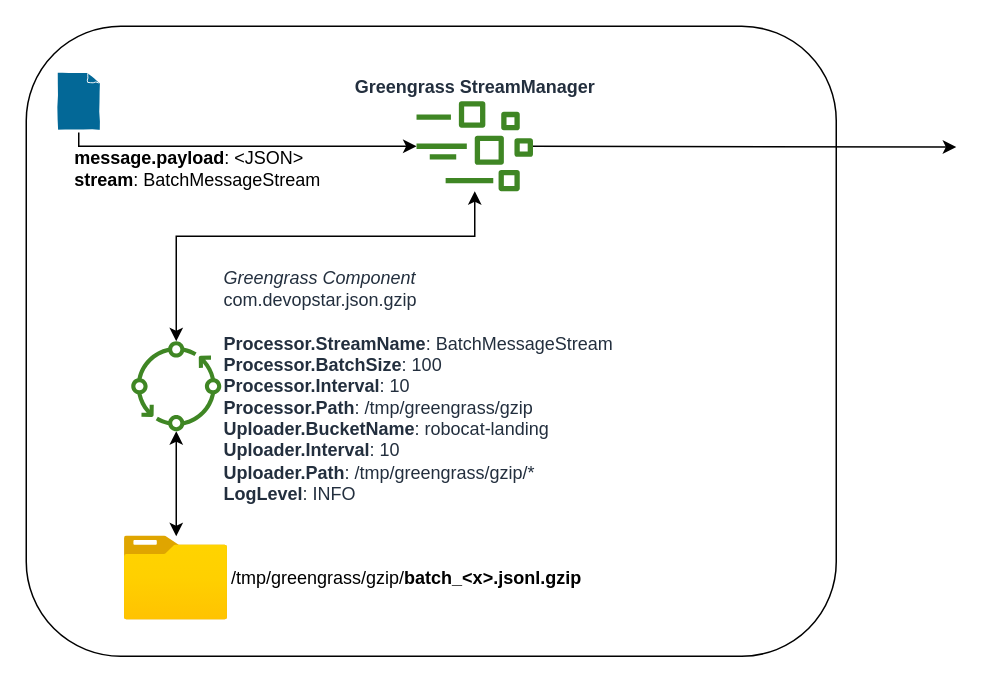
Earlier version of the draw.io diagram page "Edge" (1 of 5) of greengrass-batch-uploader/architecture.drawio (t04glovern/aws-greengrass-bricks). Source tidied: cells renumbered, new cells numbered last; positions are measured from the earlier drawing's top-left corner, leaving out a move shared by most shapes. Both pictures are drawn from the tidied source at 150%, with x=0, y=0 at pixel (26, 26).
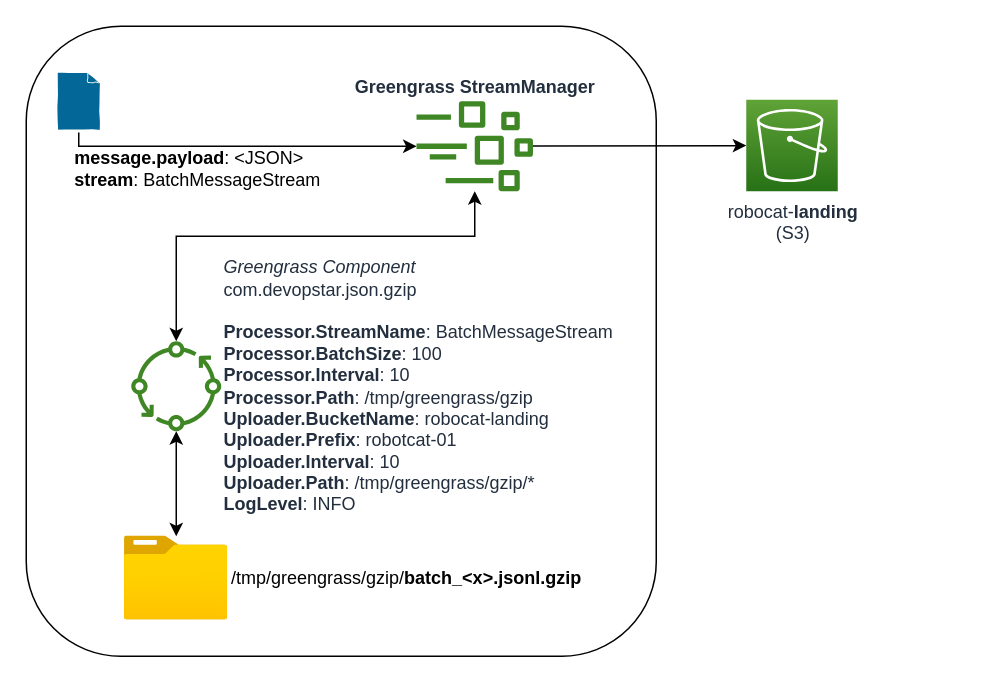
The same page after the edit.

What changed in the source:
```diff
@@
 <mxGraphModel>
   <root>
     <mxCell id="0" />
     <mxCell id="1" parent="0" />
     <mxCell id="2" style="rounded=1;whiteSpace=wrap;html=1;" parent="1" vertex="1">
-      <mxGeometry width="540" height="420" as="geometry" />
+      <mxGeometry width="420" height="420" as="geometry" />
     </mxCell>
     <mxCell id="3" style="edgeStyle=orthogonalEdgeStyle;rounded=0;jettySize=auto;html=1;" parent="1" edge="1" source="11" target="6">
       <mxGeometry relative="1" as="geometry">
         <Array as="points">
           <mxPoint x="35" y="80" />
         </Array>
       </mxGeometry>
     </mxCell>
     <mxCell id="4" style="edgeStyle=orthogonalEdgeStyle;rounded=0;jettySize=auto;html=1;startArrow=classic;startFill=1;" parent="1" edge="1" source="6" target="8">
       <mxGeometry relative="1" as="geometry">
         <Array as="points">
           <mxPoint x="299" y="140" />
           <mxPoint x="100" y="140" />
         </Array>
       </mxGeometry>
     </mxCell>
-    <mxCell id="5" style="edgeStyle=none;html=1;startArrow=none;startFill=0;" parent="1" edge="1" source="6">
-      <mxGeometry relative="1" as="geometry">
-        <mxPoint x="620" y="80.5" as="targetPoint" />
-      </mxGeometry>
+    <mxCell id="5" style="edgeStyle=none;html=1;startArrow=none;startFill=0;" parent="1" edge="1" source="6" target="12">
+      <mxGeometry relative="1" as="geometry" />
     </mxCell>
     <mxCell id="6" value="&lt;b&gt;Greengrass StreamManager&lt;/b&gt;" style="sketch=0;outlineConnect=0;fontColor=#232F3E;gradientColor=none;fillColor=#3F8624;strokeColor=none;dashed=0;verticalLabelPosition=top;verticalAlign=bottom;align=center;html=1;fontSize=12;fontStyle=0;shape=mxgraph.aws4.iot_greengrass_stream_manager;labelPosition=center;" parent="1" vertex="1">
       <mxGeometry x="260" y="50" width="78" height="60" as="geometry" />
     </mxCell>
     <mxCell id="7" style="edgeStyle=orthogonalEdgeStyle;rounded=0;jettySize=auto;html=1;startArrow=classic;startFill=1;" parent="1" edge="1" source="8" target="10">
       <mxGeometry relative="1" as="geometry" />
     </mxCell>
-    <mxCell id="8" value="&lt;div style=&quot;&quot;&gt;&lt;span style=&quot;background-color: initial;&quot;&gt;&lt;i&gt;Greengrass Component&lt;/i&gt;&lt;/span&gt;&lt;/div&gt;&lt;div style=&quot;&quot;&gt;&lt;span style=&quot;background-color: initial;&quot;&gt;com.devopstar.json.gzip&lt;/span&gt;&lt;/div&gt;&lt;div style=&quot;&quot;&gt;&lt;span style=&quot;background-color: initial;&quot;&gt;&lt;br&gt;&lt;/span&gt;&lt;/div&gt;&lt;div style=&quot;&quot;&gt;&lt;span style=&quot;background-color: initial;&quot;&gt;&lt;b&gt;Processor.StreamName&lt;/b&gt;: BatchMessageStream&lt;/span&gt;&lt;/div&gt;&lt;div style=&quot;&quot;&gt;&lt;b&gt;Processor.BatchSize&lt;/b&gt;&lt;span style=&quot;background-color: initial;&quot;&gt;: 100&lt;/span&gt;&lt;/div&gt;&lt;div style=&quot;&quot;&gt;&lt;span style=&quot;background-color: initial;&quot;&gt;&lt;b&gt;Processor.Interval&lt;/b&gt;: 10&lt;/span&gt;&lt;/div&gt;&lt;div style=&quot;&quot;&gt;&lt;span style=&quot;background-color: initial;&quot;&gt;&lt;b&gt;Processor.Path&lt;/b&gt;: /tmp/greengrass/gzip&lt;/span&gt;&lt;/div&gt;&lt;div style=&quot;&quot;&gt;&lt;span style=&quot;background-color: initial;&quot;&gt;&lt;b&gt;Uploader.BucketName&lt;/b&gt;: robocat-landing&lt;/span&gt;&lt;/div&gt;&lt;div style=&quot;&quot;&gt;&lt;span style=&quot;background-color: initial;&quot;&gt;&lt;b&gt;Uploader.Interval&lt;/b&gt;: 10&lt;/span&gt;&lt;/div&gt;&lt;div style=&quot;&quot;&gt;&lt;span style=&quot;background-color: initial;&quot;&gt;&lt;b&gt;Uploader.Path&lt;/b&gt;: /tmp/greengrass/gzip/*&lt;/span&gt;&lt;/div&gt;&lt;div style=&quot;&quot;&gt;&lt;span style=&quot;background-color: initial;&quot;&gt;&lt;b&gt;LogLevel&lt;/b&gt;: INFO&lt;/span&gt;&lt;/div&gt;" style="sketch=0;outlineConnect=0;fontColor=#232F3E;gradientColor=none;fillColor=#3F8624;strokeColor=none;dashed=0;verticalLabelPosition=middle;verticalAlign=middle;align=left;html=1;fontSize=12;fontStyle=0;shape=mxgraph.aws4.iot_greengrass_component;labelPosition=right;spacingLeft=0;spacingRight=4;" parent="1" vertex="1">
+    <mxCell id="8" value="&lt;div style=&quot;&quot;&gt;&lt;span style=&quot;background-color: initial;&quot;&gt;&lt;i&gt;Greengrass Component&lt;/i&gt;&lt;/span&gt;&lt;/div&gt;&lt;div style=&quot;&quot;&gt;&lt;span style=&quot;background-color: initial;&quot;&gt;com.devopstar.json.gzip&lt;/span&gt;&lt;/div&gt;&lt;div style=&quot;&quot;&gt;&lt;span style=&quot;background-color: initial;&quot;&gt;&lt;br&gt;&lt;/span&gt;&lt;/div&gt;&lt;div style=&quot;&quot;&gt;&lt;span style=&quot;background-color: initial;&quot;&gt;&lt;b&gt;Processor.StreamName&lt;/b&gt;: BatchMessageStream&lt;/span&gt;&lt;/div&gt;&lt;div style=&quot;&quot;&gt;&lt;b&gt;Processor.BatchSize&lt;/b&gt;&lt;span style=&quot;background-color: initial;&quot;&gt;: 100&lt;/span&gt;&lt;/div&gt;&lt;div style=&quot;&quot;&gt;&lt;span style=&quot;background-color: initial;&quot;&gt;&lt;b&gt;Processor.Interval&lt;/b&gt;: 10&lt;/span&gt;&lt;/div&gt;&lt;div style=&quot;&quot;&gt;&lt;span style=&quot;background-color: initial;&quot;&gt;&lt;b&gt;Processor.Path&lt;/b&gt;: /tmp/greengrass/gzip&lt;/span&gt;&lt;/div&gt;&lt;div style=&quot;&quot;&gt;&lt;span style=&quot;background-color: initial;&quot;&gt;&lt;b&gt;Uploader.BucketName&lt;/b&gt;: robocat-landing&lt;/span&gt;&lt;/div&gt;&lt;div style=&quot;&quot;&gt;&lt;span style=&quot;background-color: initial;&quot;&gt;&lt;b&gt;Uploader.Prefix&lt;/b&gt;: robotcat-01&lt;/span&gt;&lt;/div&gt;&lt;div style=&quot;&quot;&gt;&lt;span style=&quot;background-color: initial;&quot;&gt;&lt;b&gt;Uploader.Interval&lt;/b&gt;: 10&lt;/span&gt;&lt;/div&gt;&lt;div style=&quot;&quot;&gt;&lt;span style=&quot;background-color: initial;&quot;&gt;&lt;b&gt;Uploader.Path&lt;/b&gt;: /tmp/greengrass/gzip/*&lt;/span&gt;&lt;/div&gt;&lt;div style=&quot;&quot;&gt;&lt;span style=&quot;background-color: initial;&quot;&gt;&lt;b&gt;LogLevel&lt;/b&gt;: INFO&lt;/span&gt;&lt;/div&gt;" style="sketch=0;outlineConnect=0;fontColor=#232F3E;gradientColor=none;fillColor=#3F8624;strokeColor=none;dashed=0;verticalLabelPosition=middle;verticalAlign=middle;align=left;html=1;fontSize=12;fontStyle=0;shape=mxgraph.aws4.iot_greengrass_component;labelPosition=right;spacingLeft=0;spacingRight=4;" parent="1" vertex="1">
       <mxGeometry x="70" y="210" width="60" height="60" as="geometry" />
     </mxCell>
     <mxCell id="9" value="&lt;div style=&quot;text-align: left;&quot;&gt;&lt;b style=&quot;background-color: initial;&quot;&gt;message.payload&lt;/b&gt;&lt;span style=&quot;background-color: initial;&quot;&gt;: &amp;lt;JSON&amp;gt;&lt;/span&gt;&lt;/div&gt;&lt;div style=&quot;text-align: left;&quot;&gt;&lt;b style=&quot;font-weight: bold; background-color: initial;&quot;&gt;stream&lt;/b&gt;&lt;span style=&quot;font-weight: normal; background-color: initial;&quot;&gt;: BatchMessageStream&lt;/span&gt;&lt;/div&gt;" style="text;html=1;strokeColor=none;fillColor=none;align=center;verticalAlign=middle;whiteSpace=wrap;rounded=0;" parent="1" vertex="1">
       <mxGeometry x="29" y="80" width="171" height="30" as="geometry" />
     </mxCell>
     <mxCell id="10" value="/tmp/greengrass/gzip/&lt;b&gt;batch_&amp;lt;x&amp;gt;.jsonl.gzip&lt;/b&gt;" style="image;html=1;points=[];align=left;fontSize=12;image=img/lib/azure2/general/Folder_Blank.svg;labelPosition=right;verticalLabelPosition=middle;verticalAlign=middle;" parent="1" vertex="1">
       <mxGeometry x="65.5" y="340" width="69" height="56" as="geometry" />
     </mxCell>
     <mxCell id="11" style="shape=mxgraph.cisco.misc.page_icon;html=1;dashed=0;fillColor=#036897;strokeColor=#ffffff;strokeWidth=2;verticalLabelPosition=bottom;verticalAlign=top;align=center;outlineConnect=0;labelBackgroundColor=none;comic=1;" parent="1" vertex="1">
       <mxGeometry x="20" y="30" width="30" height="40" as="geometry" />
     </mxCell>
+    <mxCell id="12" value="&lt;span style=&quot;text-align: left;&quot;&gt;robocat-&lt;b&gt;landing&lt;/b&gt;&lt;br&gt;(S3)&lt;br&gt;&lt;/span&gt;" style="sketch=0;points=[[0,0,0],[0.25,0,0],[0.5,0,0],[0.75,0,0],[1,0,0],[0,1,0],[0.25,1,0],[0.5,1,0],[0.75,1,0],[1,1,0],[0,0.25,0],[0,0.5,0],[0,0.75,0],[1,0.25,0],[1,0.5,0],[1,0.75,0]];outlineConnect=0;fontColor=#232F3E;gradientColor=#60A337;gradientDirection=north;fillColor=#277116;strokeColor=#ffffff;dashed=0;verticalLabelPosition=bottom;verticalAlign=top;align=center;html=1;fontSize=12;fontStyle=0;shape=mxgraph.aws4.resourceIcon;resIcon=mxgraph.aws4.s3;labelPosition=center;" parent="1" vertex="1">
+      <mxGeometry x="480" y="49" width="61" height="61" as="geometry" />
+    </mxCell>
   </root>
 </mxGraphModel>
```
